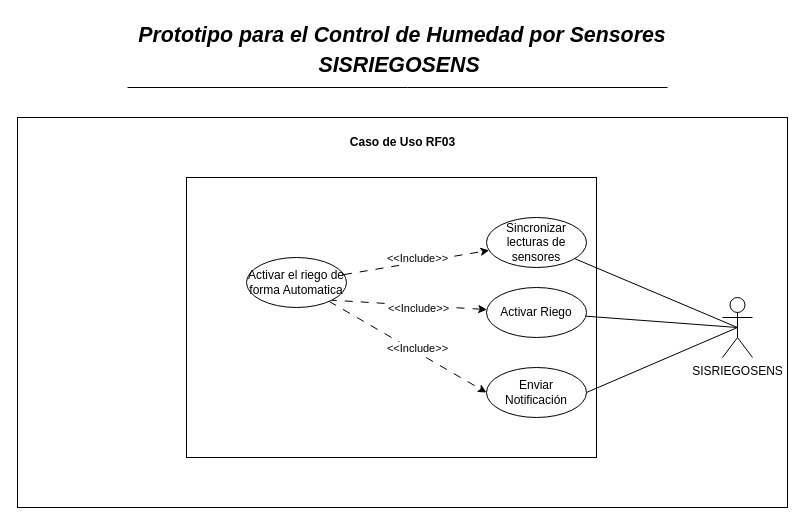
Above: page "Riego_Automatico" (5 of 7) of Casos_Uso.drawio in Gelo9033/Sistema_Riego (draw.io), before the change. Source tidied: cells renumbered, new cells numbered last; positions are measured from the earlier drawing's top-left corner, leaving out a move shared by most shapes. Both pictures are drawn from the tidied source at 100%, with x=0, y=0 at pixel (17, 17).
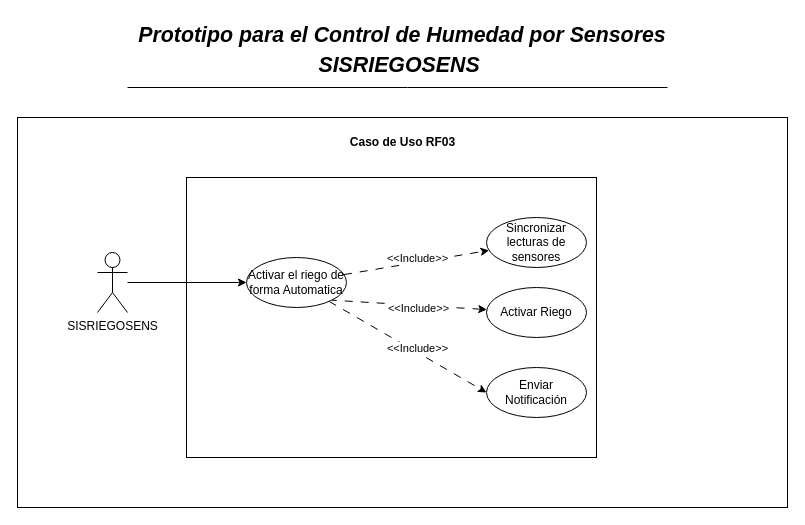
Above is the later version.

Unchanged cells that the change refers to:
```xml
<mxCell id="16" value="Activar el riego de forma Automatica" style="ellipse;whiteSpace=wrap;html=1;" parent="11" vertex="1">
  <mxGeometry x="60" y="80" width="100" height="50" as="geometry" />
</mxCell>
<mxCell id="17" value="Sincronizar lecturas de sensores" style="ellipse;whiteSpace=wrap;html=1;" parent="11" vertex="1">
  <mxGeometry x="300" y="40" width="100" height="50" as="geometry" />
</mxCell>
<mxCell id="20" value="Activar Riego" style="ellipse;whiteSpace=wrap;html=1;" parent="11" vertex="1">
  <mxGeometry x="300" y="110" width="100" height="50" as="geometry" />
</mxCell>
<mxCell id="21" value="Enviar Notificación" style="ellipse;whiteSpace=wrap;html=1;" parent="11" vertex="1">
  <mxGeometry x="300" y="190" width="100" height="50" as="geometry" />
</mxCell>
```

Change to the diagram source:
```diff
@@
+    <mxCell id="23" style="rounded=0;jettySize=auto;html=1;" parent="1" edge="1" source="7" target="16">
+      <mxGeometry relative="1" as="geometry" />
+    </mxCell>
     <mxCell id="7" value="SISRIEGOSENS" style="shape=umlActor;verticalLabelPosition=bottom;verticalAlign=top;html=1;outlineConnect=0;" parent="1" vertex="1">
-      <mxGeometry x="705" y="280" width="30" height="60" as="geometry" />
+      <mxGeometry x="80" y="235" width="30" height="60" as="geometry" />
     </mxCell>
-    <mxCell id="8" style="rounded=0;jettySize=auto;html=1;endArrow=none;startFill=0;entryX=0.5;entryY=0.5;entryDx=0;entryDy=0;entryPerimeter=0;" parent="1" edge="1" source="17" target="7">
-      <mxGeometry relative="1" as="geometry" />
-    </mxCell>
-    <mxCell id="9" style="rounded=0;jettySize=auto;html=1;entryX=0.5;entryY=0.5;entryDx=0;entryDy=0;entryPerimeter=0;endArrow=none;startFill=0;" parent="1" edge="1" source="20" target="7">
-      <mxGeometry relative="1" as="geometry" />
-    </mxCell>
-    <mxCell id="10" style="rounded=0;jettySize=auto;html=1;entryX=0.5;entryY=0.5;entryDx=0;entryDy=0;entryPerimeter=0;exitX=1;exitY=0.5;exitDx=0;exitDy=0;endArrow=none;startFill=0;" parent="1" edge="1" source="21" target="7">
-      <mxGeometry relative="1" as="geometry" />
-    </mxCell>
```
